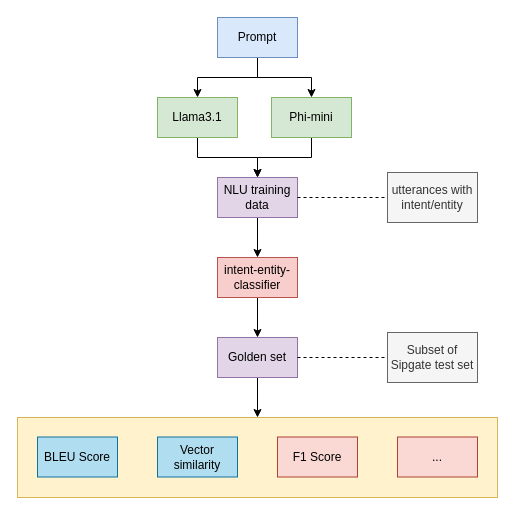
Before: Unbenanntes Diagramm.drawio in kobrue02/thesis-synthetic-nlu-data, a draw.io diagram. Source tidied: cells renumbered, new cells numbered last; positions are measured from the earlier drawing's top-left corner, leaving out a move shared by most shapes. Both pictures are drawn from the tidied source at 100%, with x=0, y=0 at pixel (17, 17).
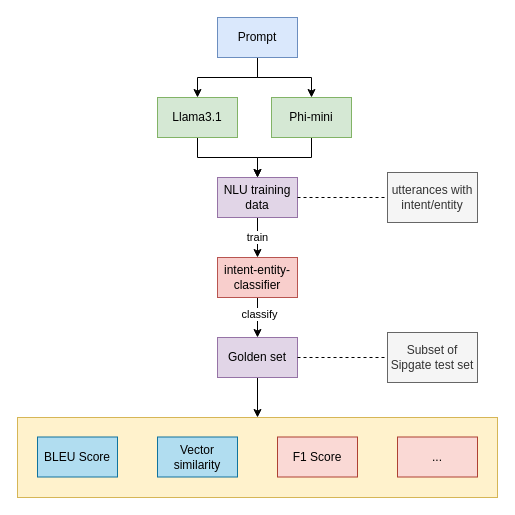
The same diagram, later.

Unchanged cells that the change refers to:
```xml
<mxCell id="7" style="edgeStyle=orthogonalEdgeStyle;rounded=0;jettySize=auto;html=1;exitX=0.5;exitY=1;exitDx=0;exitDy=0;" parent="1" edge="1" source="8" target="10">
  <mxGeometry relative="1" as="geometry" />
</mxCell>
<mxCell id="9" style="edgeStyle=orthogonalEdgeStyle;rounded=0;jettySize=auto;html=1;exitX=0.5;exitY=1;exitDx=0;exitDy=0;entryX=0.5;entryY=0;entryDx=0;entryDy=0;" parent="1" edge="1" source="10" target="14">
  <mxGeometry relative="1" as="geometry" />
</mxCell>
```

The edit, as a diff of the source:
```diff
@@
+    <mxCell id="26" value="train" style="edgeLabel;html=1;align=center;verticalAlign=middle;" parent="7" vertex="1">
+      <mxGeometry x="-0.05" y="-1" relative="1" as="geometry" />
+    </mxCell>
@@
+    <mxCell id="27" value="classify" style="edgeLabel;html=1;align=center;verticalAlign=middle;" parent="9" vertex="1">
+      <mxGeometry x="-0.2" y="1" relative="1" as="geometry" />
+    </mxCell>
```
